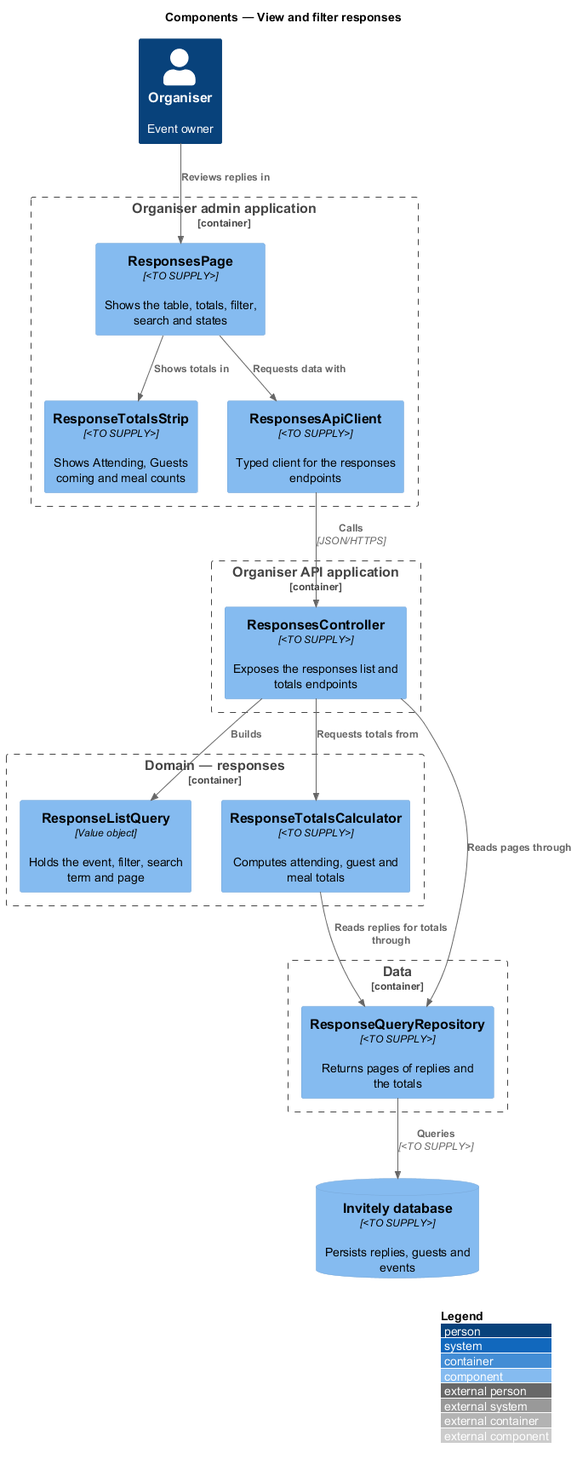
This is docs/detailed-designs/responses/view-responses/diagrams/c4-component.png from QuinntyneBrown/rsvp-cms, a PlantUML export, as it was before one commit. Source of this version:
```plantuml
@startuml
!include <C4/C4_Component>
LAYOUT_WITH_LEGEND()
title Components — View and filter responses

Person(organiser, "Organiser", "Event owner")
Container_Boundary(admin, "Organiser admin application") {
  Component(page, "ResponsesPage", "<TO SUPPLY>", "Shows the table, totals, filter, search and states")
  Component(totalsStrip, "ResponseTotalsStrip", "<TO SUPPLY>", "Shows Attending, Guests coming and meal counts")
  Component(client, "ResponsesApiClient", "<TO SUPPLY>", "Typed client for the responses endpoints")
}
Container_Boundary(api, "Organiser API application") {
  Component(ctrl, "ResponsesController", "<TO SUPPLY>", "Exposes the responses list and totals endpoints")
}
Container_Boundary(domain, "Domain — responses") {
  Component(query, "ResponseListQuery", "Value object", "Holds the event, filter, search term and page")
  Component(totals, "ResponseTotalsCalculator", "<TO SUPPLY>", "Computes attending, guest and meal totals")
}
Container_Boundary(data, "Data") {
  Component(repo, "ResponseQueryRepository", "<TO SUPPLY>", "Returns pages of replies and the totals")
}
ComponentDb(db, "Invitely database", "<TO SUPPLY>", "Persists replies, guests and events")
Rel(organiser, page, "Reviews replies in")
Rel(page, totalsStrip, "Shows totals in")
Rel(page, client, "Requests data with")
Rel(client, ctrl, "Calls", "JSON/HTTPS")
Rel(ctrl, query, "Builds")
Rel(ctrl, totals, "Requests totals from")
Rel(ctrl, repo, "Reads pages through")
Rel(totals, repo, "Reads replies for totals through")
Rel(repo, db, "Queries", "<TO SUPPLY>")
@enduml
```
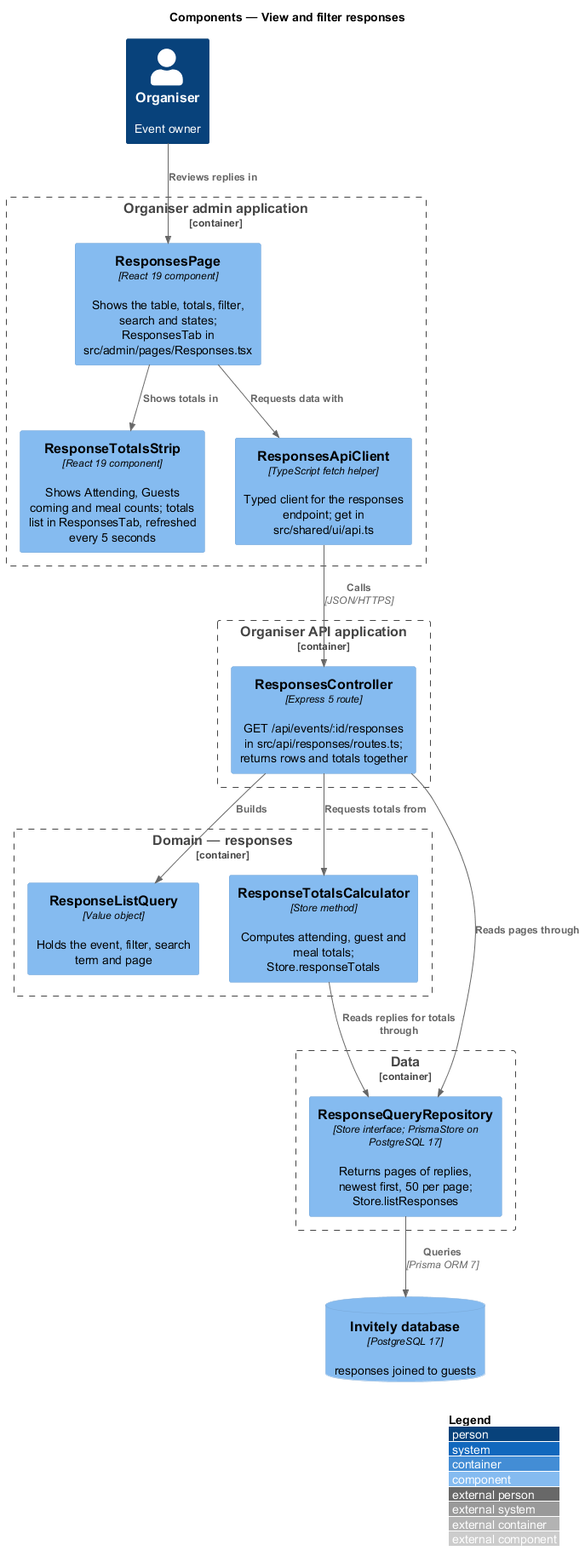
After the commit.

What changed in the source:
```diff
@@ -5,21 +5,21 @@
 
 Person(organiser, "Organiser", "Event owner")
 Container_Boundary(admin, "Organiser admin application") {
-  Component(page, "ResponsesPage", "<TO SUPPLY>", "Shows the table, totals, filter, search and states")
-  Component(totalsStrip, "ResponseTotalsStrip", "<TO SUPPLY>", "Shows Attending, Guests coming and meal counts")
-  Component(client, "ResponsesApiClient", "<TO SUPPLY>", "Typed client for the responses endpoints")
+  Component(page, "ResponsesPage", "React 19 component", "Shows the table, totals, filter, search and states; ResponsesTab in src/admin/pages/Responses.tsx")
+  Component(totalsStrip, "ResponseTotalsStrip", "React 19 component", "Shows Attending, Guests coming and meal counts; totals list in ResponsesTab, refreshed every 5 seconds")
+  Component(client, "ResponsesApiClient", "TypeScript fetch helper", "Typed client for the responses endpoint; get in src/shared/ui/api.ts")
 }
 Container_Boundary(api, "Organiser API application") {
-  Component(ctrl, "ResponsesController", "<TO SUPPLY>", "Exposes the responses list and totals endpoints")
+  Component(ctrl, "ResponsesController", "Express 5 route", "GET /api/events/:id/responses in src/api/responses/routes.ts; returns rows and totals together")
 }
 Container_Boundary(domain, "Domain — responses") {
   Component(query, "ResponseListQuery", "Value object", "Holds the event, filter, search term and page")
-  Component(totals, "ResponseTotalsCalculator", "<TO SUPPLY>", "Computes attending, guest and meal totals")
+  Component(totals, "ResponseTotalsCalculator", "Store method", "Computes attending, guest and meal totals; Store.responseTotals")
 }
 Container_Boundary(data, "Data") {
-  Component(repo, "ResponseQueryRepository", "<TO SUPPLY>", "Returns pages of replies and the totals")
+  Component(repo, "ResponseQueryRepository", "Store interface; PrismaStore on PostgreSQL 17", "Returns pages of replies, newest first, 50 per page; Store.listResponses")
 }
-ComponentDb(db, "Invitely database", "<TO SUPPLY>", "Persists replies, guests and events")
+ComponentDb(db, "Invitely database", "PostgreSQL 17", "responses joined to guests")
 Rel(organiser, page, "Reviews replies in")
 Rel(page, totalsStrip, "Shows totals in")
 Rel(page, client, "Requests data with")
@@ -28,5 +28,5 @@
 Rel(ctrl, totals, "Requests totals from")
 Rel(ctrl, repo, "Reads pages through")
 Rel(totals, repo, "Reads replies for totals through")
-Rel(repo, db, "Queries", "<TO SUPPLY>")
+Rel(repo, db, "Queries", "Prisma ORM 7")
 @enduml
```
